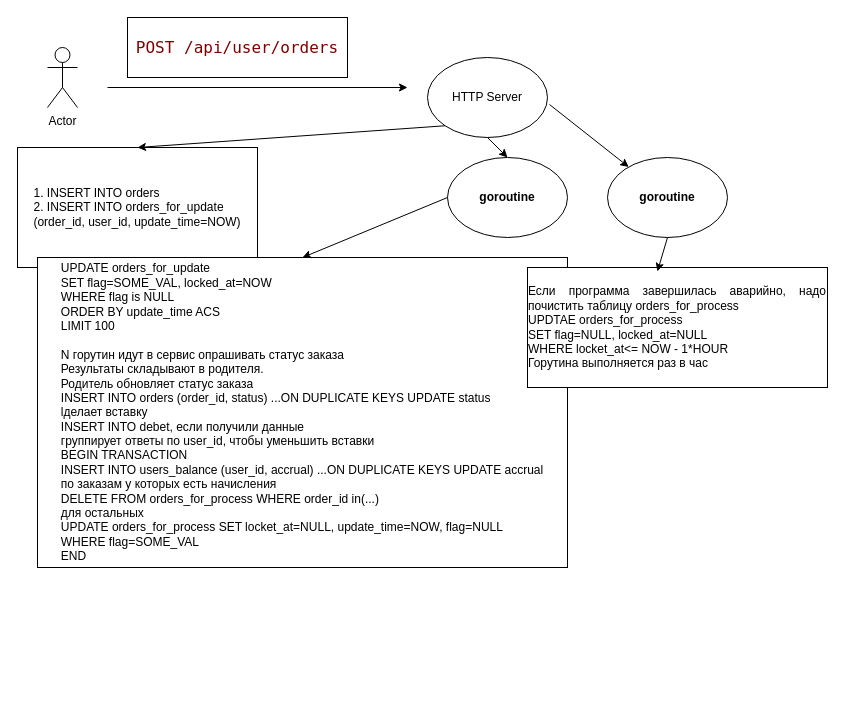
The draw.io diagram docs/Orders.drawio in serg2014/go-musthave-diploma-new, before the edit. Source tidied: cells renumbered, new cells numbered last; positions are measured from the earlier drawing's top-left corner, leaving out a move shared by most shapes. Both pictures are drawn from the tidied source at 100%, with x=0, y=0 at pixel (17, 17).
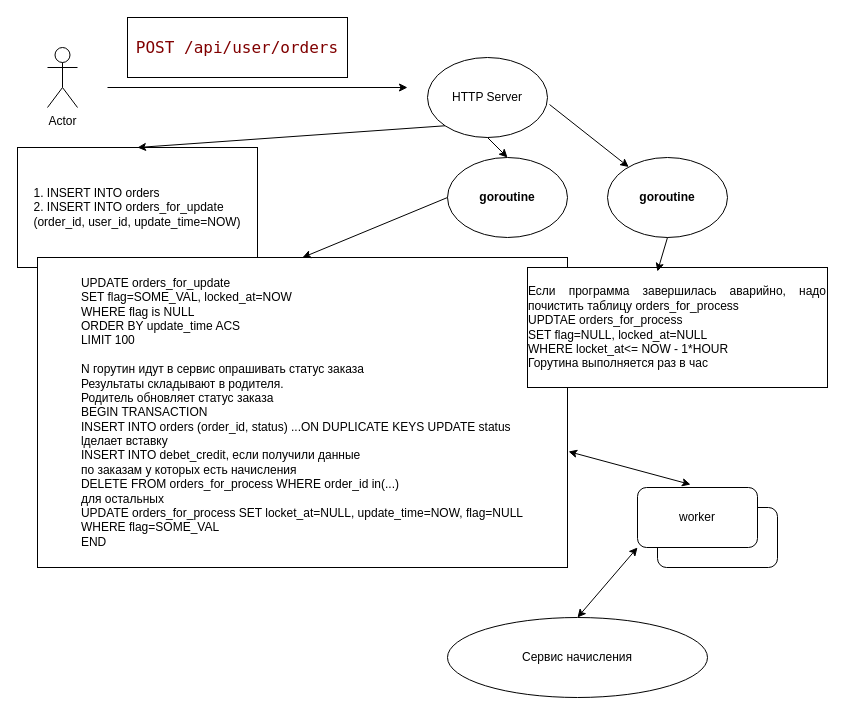
The same diagram, later.

Change to the diagram source:
```diff
@@
-    <mxCell id="10" value="&lt;div style=&quot;text-align: justify;&quot;&gt;UPDATE orders_for_update&lt;/div&gt;&lt;div style=&quot;text-align: justify;&quot;&gt;SET flag=SOME_VAL, locked_at=NOW&lt;/div&gt;&lt;div style=&quot;text-align: justify;&quot;&gt;WHERE flag is NULL&lt;/div&gt;&lt;div style=&quot;text-align: justify;&quot;&gt;ORDER BY update_time ACS&lt;/div&gt;&lt;div style=&quot;text-align: justify;&quot;&gt;LIMIT 100&lt;/div&gt;&lt;div style=&quot;text-align: justify;&quot;&gt;&lt;br&gt;&lt;/div&gt;&lt;div style=&quot;text-align: justify;&quot;&gt;N горутин идут в сервис опрашивать статус заказа&lt;/div&gt;&lt;div style=&quot;text-align: justify;&quot;&gt;Результаты складывают в родителя.&lt;/div&gt;&lt;div style=&quot;text-align: justify;&quot;&gt;Родитель обновляет статус заказа&lt;/div&gt;&lt;div style=&quot;text-align: justify;&quot;&gt;INSERT INTO orders (order_id, status) ...ON DUPLICATE KEYS UPDATE status&lt;/div&gt;&lt;div style=&quot;text-align: justify;&quot;&gt;lделает вставку&lt;/div&gt;&lt;div style=&quot;text-align: justify;&quot;&gt;INSERT INTO debet, если получили данные&lt;/div&gt;&lt;div style=&quot;text-align: justify;&quot;&gt;группирует ответы по user_id, чтобы уменьшить вставки&lt;br&gt;&lt;/div&gt;&lt;div style=&quot;text-align: justify;&quot;&gt;BEGIN TRANSACTION&lt;/div&gt;&lt;div style=&quot;text-align: justify;&quot;&gt;INSERT INTO users_balance (user_id, accrual) ...ON DUPLICATE KEYS UPDATE accrual&lt;/div&gt;&lt;div style=&quot;text-align: justify;&quot;&gt;по заказам у которых есть начисления&lt;/div&gt;&lt;div style=&quot;text-align: justify;&quot;&gt;DELETE FROM orders_for_process WHERE order_id in(...)&lt;/div&gt;&lt;div style=&quot;text-align: justify;&quot;&gt;для остальных&lt;/div&gt;&lt;div style=&quot;text-align: justify;&quot;&gt;UPDATE orders_for_process SET locket_at=NULL, update_time=NOW, flag=NULL&lt;/div&gt;&lt;div style=&quot;text-align: justify;&quot;&gt;WHERE flag=SOME_VAL&lt;/div&gt;&lt;div style=&quot;text-align: justify;&quot;&gt;END&lt;/div&gt;" style="rounded=0;whiteSpace=wrap;html=1;align=center;" parent="1" vertex="1">
+    <mxCell id="10" value="&lt;div style=&quot;text-align: justify;&quot;&gt;UPDATE orders_for_update&lt;/div&gt;&lt;div style=&quot;text-align: justify;&quot;&gt;SET flag=SOME_VAL, locked_at=NOW&lt;/div&gt;&lt;div style=&quot;text-align: justify;&quot;&gt;WHERE flag is NULL&lt;/div&gt;&lt;div style=&quot;text-align: justify;&quot;&gt;ORDER BY update_time ACS&lt;/div&gt;&lt;div style=&quot;text-align: justify;&quot;&gt;LIMIT 100&lt;/div&gt;&lt;div style=&quot;text-align: justify;&quot;&gt;&lt;br&gt;&lt;/div&gt;&lt;div style=&quot;text-align: justify;&quot;&gt;N горутин идут в сервис опрашивать статус заказа&lt;/div&gt;&lt;div style=&quot;text-align: justify;&quot;&gt;Результаты складывают в родителя.&lt;/div&gt;&lt;div style=&quot;text-align: justify;&quot;&gt;Родитель обновляет статус заказа&lt;/div&gt;&lt;div style=&quot;text-align: justify;&quot;&gt;BEGIN TRANSACTION&lt;br&gt;&lt;/div&gt;&lt;div style=&quot;text-align: justify;&quot;&gt;INSERT INTO orders (order_id, status) ...ON DUPLICATE KEYS UPDATE status&lt;/div&gt;&lt;div style=&quot;text-align: justify;&quot;&gt;lделает вставку&lt;/div&gt;&lt;div style=&quot;text-align: justify;&quot;&gt;INSERT INTO debet_credit, если получили данные&lt;/div&gt;&lt;div style=&quot;text-align: justify;&quot;&gt;по заказам у которых есть начисления&lt;/div&gt;&lt;div style=&quot;text-align: justify;&quot;&gt;DELETE FROM orders_for_process WHERE order_id in(...)&lt;/div&gt;&lt;div style=&quot;text-align: justify;&quot;&gt;для остальных&lt;/div&gt;&lt;div style=&quot;text-align: justify;&quot;&gt;UPDATE orders_for_process SET locket_at=NULL, update_time=NOW, flag=NULL&lt;/div&gt;&lt;div style=&quot;text-align: justify;&quot;&gt;WHERE flag=SOME_VAL&lt;/div&gt;&lt;div style=&quot;text-align: justify;&quot;&gt;END&lt;/div&gt;" style="rounded=0;whiteSpace=wrap;html=1;align=center;" parent="1" vertex="1">
       <mxGeometry x="20" y="240" width="530" height="310" as="geometry" />
     </mxCell>
@@
+    <mxCell id="16" style="rounded=1;whiteSpace=wrap;html=1;" parent="1" vertex="1">
+      <mxGeometry x="640" y="490" width="120" height="60" as="geometry" />
+    </mxCell>
+    <mxCell id="17" value="worker" style="rounded=1;whiteSpace=wrap;html=1;" parent="1" vertex="1">
+      <mxGeometry x="620" y="470" width="120" height="60" as="geometry" />
+    </mxCell>
+    <mxCell id="18" value="Сервис начисления" style="ellipse;whiteSpace=wrap;html=1;" parent="1" vertex="1">
+      <mxGeometry x="430" y="600" width="260" height="80" as="geometry" />
+    </mxCell>
+    <mxCell id="19" style="endArrow=classic;startArrow=classic;html=1;rounded=0;entryX=0;entryY=1;entryDx=0;entryDy=0;exitX=0.5;exitY=0;exitDx=0;exitDy=0;" parent="1" edge="1" source="18" target="17">
+      <mxGeometry relative="1" as="geometry" />
+    </mxCell>
+    <mxCell id="20" style="endArrow=classic;startArrow=classic;html=1;rounded=0;exitX=0.442;exitY=-0.05;exitDx=0;exitDy=0;exitPerimeter=0;entryX=1.002;entryY=0.626;entryDx=0;entryDy=0;entryPerimeter=0;" parent="1" edge="1" source="17" target="10">
+      <mxGeometry relative="1" as="geometry" />
+    </mxCell>
```
